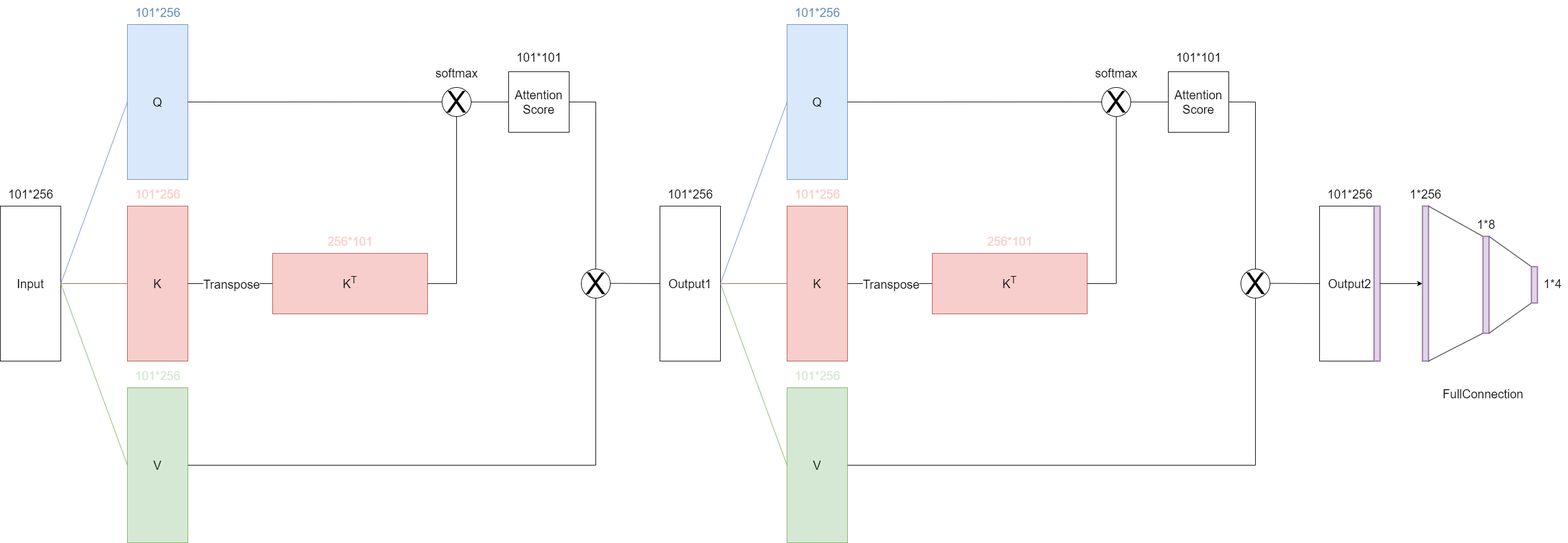
Above: attention.drawio.png in Purer-lyk/network_pic (draw.io), before the change. Source tidied: cells renumbered, new cells last; positions are measured from the earlier drawing's top-left corner, leaving out a move shared by most shapes.
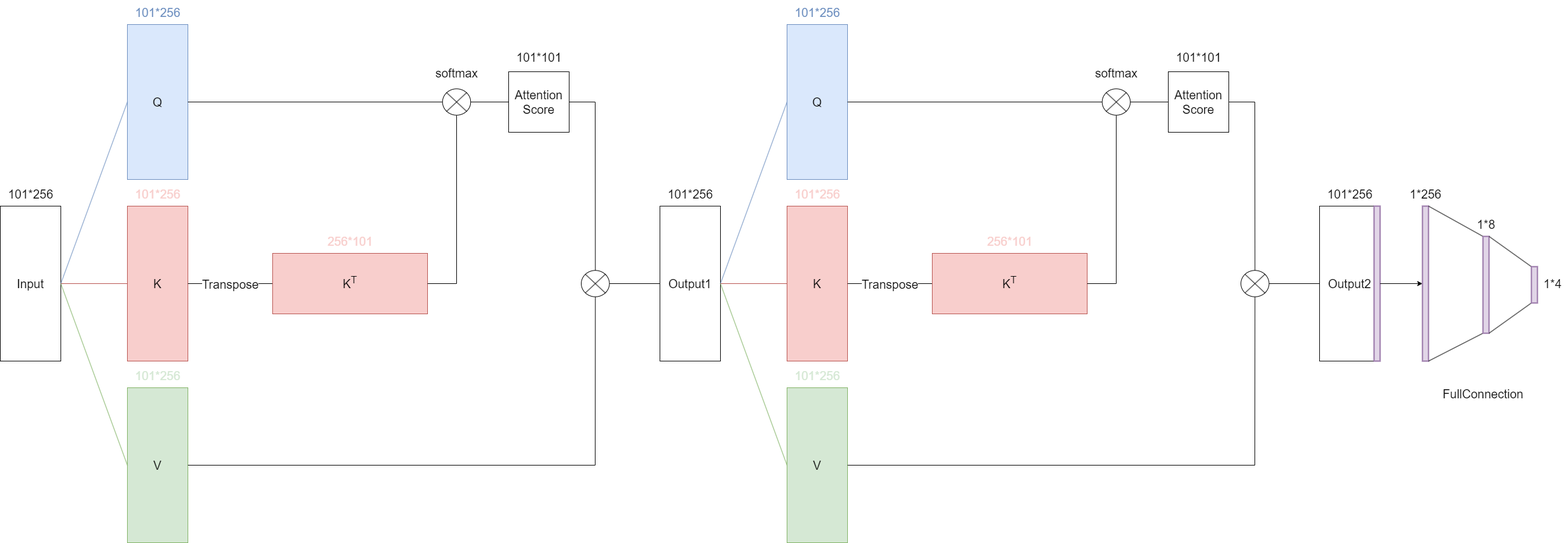
The same file after the commit.

Change to the diagram source:
```diff
@@ -35,7 +35,7 @@
     <mxCell id="12" value="&lt;font color=&quot;#d5e8d4&quot; style=&quot;font-size: 20px;&quot;&gt;101*256&lt;/font&gt;" style="text;html=1;align=center;verticalAlign=middle;strokeColor=none;fillColor=none;" parent="1" vertex="1">
       <mxGeometry x="210" y="600" width="100" height="40" as="geometry" />
     </mxCell>
-    <mxCell id="13" style="endArrow=none;html=1;rounded=0;exitX=1;exitY=0.5;exitDx=0;exitDy=0;entryX=0;entryY=0.5;entryDx=0;entryDy=0;" parent="1" edge="1" source="20" target="21">
+    <mxCell id="13" style="endArrow=none;html=1;rounded=0;entryX=0;entryY=0.5;entryDx=0;entryDy=0;exitX=1;exitY=0.5;exitDx=0;exitDy=0;exitPerimeter=0;" parent="1" edge="1" source="69" target="21">
       <mxGeometry relative="1" as="geometry" />
     </mxCell>
     <mxCell id="14" style="endArrow=none;html=1;rounded=0;exitX=1;exitY=0.5;exitDx=0;exitDy=0;" parent="1" edge="1" source="4">
@@ -54,57 +54,50 @@
     <mxCell id="17" value="&lt;font color=&quot;#f8cecc&quot; style=&quot;font-size: 20px;&quot;&gt;256*101&lt;/font&gt;" style="text;html=1;align=center;verticalAlign=middle;strokeColor=none;fillColor=none;" parent="1" vertex="1">
       <mxGeometry x="528" y="378" width="100" height="40" as="geometry" />
     </mxCell>
-    <mxCell id="18" style="endArrow=none;html=1;rounded=0;exitX=0.5;exitY=0;exitDx=0;exitDy=0;entryX=0.5;entryY=1;entryDx=0;entryDy=0;" parent="1" edge="1" source="16" target="20">
+    <mxCell id="18" style="endArrow=none;html=1;rounded=0;exitX=0.5;exitY=0;exitDx=0;exitDy=0;" parent="1" edge="1" source="16">
       <mxGeometry relative="1" as="geometry">
+        <mxPoint x="754" y="190" as="targetPoint" />
         <Array as="points">
           <mxPoint x="754" y="468" />
         </Array>
       </mxGeometry>
     </mxCell>
-    <mxCell id="19" style="endArrow=none;html=1;rounded=0;exitX=1;exitY=0.5;exitDx=0;exitDy=0;" parent="1" edge="1" source="3" target="20">
+    <mxCell id="19" style="endArrow=none;html=1;rounded=0;exitX=1;exitY=0.5;exitDx=0;exitDy=0;entryX=0;entryY=0.5;entryDx=0;entryDy=0;entryPerimeter=0;" parent="1" edge="1" source="3" target="69">
       <mxGeometry relative="1" as="geometry" />
     </mxCell>
-    <mxCell id="20" value="&lt;font style=&quot;font-size: 50px;&quot;&gt;X&lt;/font&gt;" style="ellipse;whiteSpace=wrap;html=1;" parent="1" vertex="1">
-      <mxGeometry x="730" y="144" width="48" height="48" as="geometry" />
-    </mxCell>
     <mxCell id="21" value="&lt;font style=&quot;font-size: 20px;&quot;&gt;Attention&lt;/font&gt;&lt;div style=&quot;font-size: 20px;&quot;&gt;&lt;font style=&quot;font-size: 20px;&quot;&gt;Score&lt;/font&gt;&lt;/div&gt;" style="rounded=0;whiteSpace=wrap;html=1;" parent="1" vertex="1">
       <mxGeometry x="840" y="118" width="100" height="100" as="geometry" />
     </mxCell>
-    <mxCell id="22" style="endArrow=none;html=1;rounded=0;exitX=1;exitY=0.5;exitDx=0;exitDy=0;entryX=0.5;entryY=1;entryDx=0;entryDy=0;" parent="1" edge="1" source="5" target="26">
+    <mxCell id="22" style="endArrow=none;html=1;rounded=0;exitX=1;exitY=0.5;exitDx=0;exitDy=0;entryX=0.5;entryY=1;entryDx=0;entryDy=0;entryPerimeter=0;" parent="1" edge="1" source="5" target="70">
       <mxGeometry relative="1" as="geometry">
         <Array as="points">
-          <mxPoint x="984" y="768" />
+          <mxPoint x="983" y="768" />
         </Array>
       </mxGeometry>
     </mxCell>
     <mxCell id="23" value="&lt;font style=&quot;font-size: 20px;&quot;&gt;101*101&lt;/font&gt;" style="text;html=1;align=center;verticalAlign=middle;strokeColor=none;fillColor=none;" parent="1" vertex="1">
       <mxGeometry x="840" y="74" width="100" height="40" as="geometry" />
     </mxCell>
-    <mxCell id="24" style="endArrow=none;html=1;rounded=0;exitX=1;exitY=0.5;exitDx=0;exitDy=0;entryX=0.5;entryY=0;entryDx=0;entryDy=0;" parent="1" edge="1" source="21" target="26">
+    <mxCell id="24" style="endArrow=none;html=1;rounded=0;exitX=1;exitY=0.5;exitDx=0;exitDy=0;entryX=0.5;entryY=0;entryDx=0;entryDy=0;entryPerimeter=0;" parent="1" edge="1" source="21" target="70">
       <mxGeometry relative="1" as="geometry">
         <Array as="points">
-          <mxPoint x="984" y="168" />
+          <mxPoint x="983" y="168" />
         </Array>
       </mxGeometry>
     </mxCell>
-    <mxCell id="25" style="endArrow=none;html=1;rounded=0;" parent="1" edge="1">
+    <mxCell id="25" style="endArrow=none;html=1;rounded=0;exitX=1;exitY=0.5;exitDx=0;exitDy=0;exitPerimeter=0;" parent="1" edge="1" source="70">
       <mxGeometry relative="1" as="geometry">
-        <mxPoint x="1008" y="467.6" as="sourcePoint" />
         <mxPoint x="1090" y="468" as="targetPoint" />
       </mxGeometry>
     </mxCell>
-    <mxCell id="26" value="&lt;font style=&quot;font-size: 50px;&quot;&gt;X&lt;/font&gt;" style="ellipse;whiteSpace=wrap;html=1;" parent="1" vertex="1">
-      <mxGeometry x="960" y="444" width="48" height="48" as="geometry" />
-    </mxCell>
     <mxCell id="27" value="&lt;font style=&quot;font-size: 20px;&quot;&gt;Output1&lt;/font&gt;" style="rounded=0;whiteSpace=wrap;html=1;" parent="1" vertex="1">
       <mxGeometry x="1090" y="340" width="100" height="256" as="geometry" />
     </mxCell>
     <mxCell id="28" value="&lt;span style=&quot;font-size: 20px;&quot;&gt;101*256&lt;/span&gt;" style="text;html=1;align=center;verticalAlign=middle;strokeColor=none;fillColor=none;" parent="1" vertex="1">
       <mxGeometry x="1090" y="300" width="100" height="40" as="geometry" />
     </mxCell>
-    <mxCell id="29" style="endArrow=none;html=1;rounded=0;" parent="1" edge="1">
+    <mxCell id="29" style="endArrow=none;html=1;rounded=0;exitX=1;exitY=0.5;exitDx=0;exitDy=0;exitPerimeter=0;" parent="1" edge="1" source="81">
       <mxGeometry relative="1" as="geometry">
-        <mxPoint x="2098" y="467.6" as="sourcePoint" />
         <mxPoint x="2180" y="468" as="targetPoint" />
       </mxGeometry>
     </mxCell>
@@ -128,97 +121,24 @@
     <mxCell id="35" style="rounded=0;whiteSpace=wrap;html=1;strokeWidth=2;fillColor=#e1d5e7;strokeColor=#9673a6;" parent="1" vertex="1">
       <mxGeometry x="2350" y="340" width="10" height="256" as="geometry" />
     </mxCell>
-    <mxCell id="36" value="&lt;font style=&quot;font-size: 20px;&quot;&gt;Q&lt;/font&gt;" style="rounded=0;whiteSpace=wrap;html=1;fillColor=#dae8fc;strokeColor=#6c8ebf;" parent="1" vertex="1">
-      <mxGeometry x="1300" y="40" width="100" height="256" as="geometry" />
-    </mxCell>
-    <mxCell id="37" value="&lt;font style=&quot;font-size: 20px;&quot;&gt;K&lt;/font&gt;" style="rounded=0;whiteSpace=wrap;html=1;fillColor=#F8CECC;strokeColor=#b85450;" parent="1" vertex="1">
-      <mxGeometry x="1300" y="340" width="100" height="256" as="geometry" />
-    </mxCell>
-    <mxCell id="38" value="&lt;font style=&quot;font-size: 20px;&quot;&gt;V&lt;/font&gt;" style="rounded=0;whiteSpace=wrap;html=1;fillColor=#D5E8D4;strokeColor=#82b366;" parent="1" vertex="1">
-      <mxGeometry x="1300" y="640" width="100" height="256" as="geometry" />
-    </mxCell>
-    <mxCell id="39" style="endArrow=none;html=1;rounded=0;exitX=1;exitY=0.5;exitDx=0;exitDy=0;entryX=0;entryY=0.5;entryDx=0;entryDy=0;fillColor=#dae8fc;strokeColor=#6c8ebf;" parent="1" edge="1" target="36">
+    <mxCell id="39" style="endArrow=none;html=1;rounded=0;exitX=1;exitY=0.5;exitDx=0;exitDy=0;entryX=0;entryY=0.5;entryDx=0;entryDy=0;fillColor=#dae8fc;strokeColor=#6c8ebf;" parent="1" edge="1">
       <mxGeometry relative="1" as="geometry">
         <mxPoint x="1190" y="468" as="sourcePoint" />
+        <mxPoint x="1300" y="168" as="targetPoint" />
       </mxGeometry>
     </mxCell>
-    <mxCell id="40" style="endArrow=none;html=1;rounded=0;exitX=1;exitY=0.5;exitDx=0;exitDy=0;fillColor=#f8cecc;strokeColor=#b85450;" parent="1" edge="1" target="37">
+    <mxCell id="40" style="endArrow=none;html=1;rounded=0;exitX=1;exitY=0.5;exitDx=0;exitDy=0;fillColor=#f8cecc;strokeColor=#b85450;" parent="1" edge="1">
       <mxGeometry relative="1" as="geometry">
         <mxPoint x="1190" y="468" as="sourcePoint" />
+        <mxPoint x="1300" y="468" as="targetPoint" />
       </mxGeometry>
     </mxCell>
-    <mxCell id="41" style="endArrow=none;html=1;rounded=0;exitX=1;exitY=0.5;exitDx=0;exitDy=0;entryX=0;entryY=0.5;entryDx=0;entryDy=0;fillColor=#d5e8d4;strokeColor=#82b366;" parent="1" edge="1" target="38">
+    <mxCell id="41" style="endArrow=none;html=1;rounded=0;exitX=1;exitY=0.5;exitDx=0;exitDy=0;entryX=0;entryY=0.5;entryDx=0;entryDy=0;fillColor=#d5e8d4;strokeColor=#82b366;" parent="1" edge="1">
       <mxGeometry relative="1" as="geometry">
         <mxPoint x="1190" y="468" as="sourcePoint" />
+        <mxPoint x="1300" y="768" as="targetPoint" />
       </mxGeometry>
     </mxCell>
-    <mxCell id="42" value="&lt;span style=&quot;color: rgb(108, 142, 191); font-size: 20px;&quot;&gt;101*256&lt;/span&gt;" style="text;html=1;align=center;verticalAlign=middle;strokeColor=none;fillColor=none;" parent="1" vertex="1">
-      <mxGeometry x="1300" width="100" height="40" as="geometry" />
-    </mxCell>
-    <mxCell id="43" value="&lt;span style=&quot;color: rgb(248, 206, 204); font-size: 20px;&quot;&gt;101*256&lt;/span&gt;" style="text;html=1;align=center;verticalAlign=middle;strokeColor=none;fillColor=none;" parent="1" vertex="1">
-      <mxGeometry x="1300" y="300" width="100" height="40" as="geometry" />
-    </mxCell>
-    <mxCell id="44" value="&lt;span style=&quot;color: rgb(213, 232, 212); font-size: 20px;&quot;&gt;101*256&lt;/span&gt;" style="text;html=1;align=center;verticalAlign=middle;strokeColor=none;fillColor=none;" parent="1" vertex="1">
-      <mxGeometry x="1300" y="600" width="100" height="40" as="geometry" />
-    </mxCell>
-    <mxCell id="45" style="endArrow=none;html=1;rounded=0;exitX=1;exitY=0.5;exitDx=0;exitDy=0;entryX=0;entryY=0.5;entryDx=0;entryDy=0;" parent="1" edge="1" source="52" target="53">
-      <mxGeometry relative="1" as="geometry" />
-    </mxCell>
-    <mxCell id="46" style="endArrow=none;html=1;rounded=0;exitX=1;exitY=0.5;exitDx=0;exitDy=0;" parent="1" edge="1" source="37">
-      <mxGeometry relative="1" as="geometry">
-        <mxPoint x="1540" y="468" as="targetPoint" />
-      </mxGeometry>
-    </mxCell>
-    <mxCell id="47" value="&lt;font style=&quot;font-size: 20px;&quot;&gt;Transpose&lt;/font&gt;" style="edgeLabel;html=1;align=center;verticalAlign=middle;" parent="46" vertex="1">
-      <mxGeometry x="0.01" y="1" relative="1" as="geometry">
-        <mxPoint x="-1" y="1" as="offset" />
-      </mxGeometry>
-    </mxCell>
-    <mxCell id="48" value="&lt;font style=&quot;&quot;&gt;&lt;sup style=&quot;&quot;&gt;&lt;span style=&quot;font-size: 20px;&quot;&gt;K&lt;sup&gt;T&lt;/sup&gt;&lt;/span&gt;&lt;/sup&gt;&lt;/font&gt;" style="rounded=0;whiteSpace=wrap;html=1;fillColor=#F8CECC;strokeColor=#b85450;direction=south;" parent="1" vertex="1">
-      <mxGeometry x="1540" y="418" width="256" height="100" as="geometry" />
-    </mxCell>
-    <mxCell id="49" value="&lt;span style=&quot;color: rgb(248, 206, 204); font-size: 20px;&quot;&gt;256*101&lt;/span&gt;" style="text;html=1;align=center;verticalAlign=middle;strokeColor=none;fillColor=none;" parent="1" vertex="1">
-      <mxGeometry x="1618" y="378" width="100" height="40" as="geometry" />
-    </mxCell>
-    <mxCell id="50" style="endArrow=none;html=1;rounded=0;exitX=0.5;exitY=0;exitDx=0;exitDy=0;entryX=0.5;entryY=1;entryDx=0;entryDy=0;" parent="1" edge="1" source="48" target="52">
-      <mxGeometry relative="1" as="geometry">
-        <Array as="points">
-          <mxPoint x="1844" y="468" />
-        </Array>
-      </mxGeometry>
-    </mxCell>
-    <mxCell id="51" style="endArrow=none;html=1;rounded=0;exitX=1;exitY=0.5;exitDx=0;exitDy=0;" parent="1" edge="1" source="36" target="52">
-      <mxGeometry relative="1" as="geometry" />
-    </mxCell>
-    <mxCell id="52" value="&lt;font style=&quot;font-size: 50px;&quot;&gt;X&lt;/font&gt;" style="ellipse;whiteSpace=wrap;html=1;" parent="1" vertex="1">
-      <mxGeometry x="1820" y="144" width="48" height="48" as="geometry" />
-    </mxCell>
-    <mxCell id="53" value="&lt;font style=&quot;font-size: 20px;&quot;&gt;Attention&lt;/font&gt;&lt;div style=&quot;font-size: 20px;&quot;&gt;&lt;font style=&quot;font-size: 20px;&quot;&gt;Score&lt;/font&gt;&lt;/div&gt;" style="rounded=0;whiteSpace=wrap;html=1;" parent="1" vertex="1">
-      <mxGeometry x="1930" y="118" width="100" height="100" as="geometry" />
-    </mxCell>
-    <mxCell id="54" style="endArrow=none;html=1;rounded=0;exitX=1;exitY=0.5;exitDx=0;exitDy=0;entryX=0.5;entryY=1;entryDx=0;entryDy=0;" parent="1" edge="1" source="38" target="57">
-      <mxGeometry relative="1" as="geometry">
-        <Array as="points">
-          <mxPoint x="2074" y="768" />
-        </Array>
-      </mxGeometry>
-    </mxCell>
-    <mxCell id="55" value="&lt;span style=&quot;font-size: 20px;&quot;&gt;101*101&lt;/span&gt;" style="text;html=1;align=center;verticalAlign=middle;strokeColor=none;fillColor=none;" parent="1" vertex="1">
-      <mxGeometry x="1930" y="74" width="100" height="40" as="geometry" />
-    </mxCell>
-    <mxCell id="56" style="endArrow=none;html=1;rounded=0;exitX=1;exitY=0.5;exitDx=0;exitDy=0;entryX=0.5;entryY=0;entryDx=0;entryDy=0;" parent="1" edge="1" source="53" target="57">
-      <mxGeometry relative="1" as="geometry">
-        <Array as="points">
-          <mxPoint x="2074" y="168" />
-        </Array>
-      </mxGeometry>
-    </mxCell>
-    <mxCell id="57" value="&lt;font style=&quot;font-size: 50px;&quot;&gt;X&lt;/font&gt;" style="ellipse;whiteSpace=wrap;html=1;" parent="1" vertex="1">
-      <mxGeometry x="2050" y="444" width="48" height="48" as="geometry" />
-    </mxCell>
-    <mxCell id="58" value="&lt;font style=&quot;font-size: 20px;&quot;&gt;softmax&lt;/font&gt;" style="text;html=1;align=center;verticalAlign=middle;strokeColor=none;fillColor=none;" parent="1" vertex="1">
-      <mxGeometry x="1799" y="100" width="90" height="40" as="geometry" />
-    </mxCell>
     <mxCell id="59" value="&lt;font style=&quot;font-size: 20px;&quot;&gt;1*256&lt;/font&gt;" style="text;html=1;align=center;verticalAlign=middle;strokeColor=none;fillColor=none;" parent="1" vertex="1">
       <mxGeometry x="2315" y="300" width="80" height="40" as="geometry" />
     </mxCell>
@@ -257,5 +177,88 @@
     <mxCell id="68" value="&lt;font style=&quot;font-size: 20px;&quot;&gt;FullConnection&lt;/font&gt;" style="text;html=1;align=center;verticalAlign=middle;strokeColor=none;fillColor=none;" parent="1" vertex="1">
       <mxGeometry x="2370" y="630" width="160" height="40" as="geometry" />
     </mxCell>
+    <mxCell id="69" style="verticalLabelPosition=bottom;verticalAlign=top;html=1;shape=mxgraph.flowchart.or;" parent="1" vertex="1">
+      <mxGeometry x="730.8" y="146.2" width="46.5" height="43.5" as="geometry" />
+    </mxCell>
+    <mxCell id="70" style="verticalLabelPosition=bottom;verticalAlign=top;html=1;shape=mxgraph.flowchart.or;" parent="1" vertex="1">
+      <mxGeometry x="960" y="446.2" width="46.5" height="43.5" as="geometry" />
+    </mxCell>
+    <mxCell id="36" value="&lt;font style=&quot;font-size: 20px;&quot;&gt;Q&lt;/font&gt;" style="rounded=0;whiteSpace=wrap;html=1;fillColor=#dae8fc;strokeColor=#6c8ebf;" parent="1" vertex="1">
+      <mxGeometry x="1300" y="40" width="100" height="256" as="geometry" />
+    </mxCell>
+    <mxCell id="37" value="&lt;font style=&quot;font-size: 20px;&quot;&gt;K&lt;/font&gt;" style="rounded=0;whiteSpace=wrap;html=1;fillColor=#F8CECC;strokeColor=#b85450;" parent="1" vertex="1">
+      <mxGeometry x="1300" y="340" width="100" height="256" as="geometry" />
+    </mxCell>
+    <mxCell id="38" value="&lt;font style=&quot;font-size: 20px;&quot;&gt;V&lt;/font&gt;" style="rounded=0;whiteSpace=wrap;html=1;fillColor=#D5E8D4;strokeColor=#82b366;" parent="1" vertex="1">
+      <mxGeometry x="1300" y="640" width="100" height="256" as="geometry" />
+    </mxCell>
+    <mxCell id="71" value="&lt;font color=&quot;#6c8ebf&quot; style=&quot;font-size: 20px;&quot;&gt;101*256&lt;/font&gt;" style="text;html=1;align=center;verticalAlign=middle;strokeColor=none;fillColor=none;" parent="1" vertex="1">
+      <mxGeometry x="1300" width="100" height="40" as="geometry" />
+    </mxCell>
+    <mxCell id="72" value="&lt;font color=&quot;#f8cecc&quot; style=&quot;font-size: 20px;&quot;&gt;101*256&lt;/font&gt;" style="text;html=1;align=center;verticalAlign=middle;strokeColor=none;fillColor=none;" parent="1" vertex="1">
+      <mxGeometry x="1300" y="300" width="100" height="40" as="geometry" />
+    </mxCell>
+    <mxCell id="73" value="&lt;font color=&quot;#d5e8d4&quot; style=&quot;font-size: 20px;&quot;&gt;101*256&lt;/font&gt;" style="text;html=1;align=center;verticalAlign=middle;strokeColor=none;fillColor=none;" parent="1" vertex="1">
+      <mxGeometry x="1300" y="600" width="100" height="40" as="geometry" />
+    </mxCell>
+    <mxCell id="74" style="endArrow=none;html=1;rounded=0;entryX=0;entryY=0.5;entryDx=0;entryDy=0;exitX=1;exitY=0.5;exitDx=0;exitDy=0;exitPerimeter=0;" parent="1" edge="1" source="80" target="53">
+      <mxGeometry relative="1" as="geometry" />
+    </mxCell>
+    <mxCell id="75" style="endArrow=none;html=1;rounded=0;exitX=1;exitY=0.5;exitDx=0;exitDy=0;" parent="1" edge="1" source="37">
+      <mxGeometry relative="1" as="geometry">
+        <mxPoint x="1540" y="468" as="targetPoint" />
+      </mxGeometry>
+    </mxCell>
+    <mxCell id="47" value="&lt;font style=&quot;font-size: 20px;&quot;&gt;Transpose&lt;/font&gt;" style="edgeLabel;html=1;align=center;verticalAlign=middle;" parent="75" vertex="1">
+      <mxGeometry x="0.01" y="1" relative="1" as="geometry">
+        <mxPoint x="-1" y="1" as="offset" />
+      </mxGeometry>
+    </mxCell>
+    <mxCell id="48" value="&lt;font style=&quot;&quot;&gt;&lt;sup style=&quot;&quot;&gt;&lt;span style=&quot;font-size: 20px;&quot;&gt;K&lt;sup&gt;T&lt;/sup&gt;&lt;/span&gt;&lt;/sup&gt;&lt;/font&gt;" style="rounded=0;whiteSpace=wrap;html=1;fillColor=#F8CECC;strokeColor=#b85450;direction=south;" parent="1" vertex="1">
+      <mxGeometry x="1540" y="418" width="256" height="100" as="geometry" />
+    </mxCell>
+    <mxCell id="49" value="&lt;font color=&quot;#f8cecc&quot; style=&quot;font-size: 20px;&quot;&gt;256*101&lt;/font&gt;" style="text;html=1;align=center;verticalAlign=middle;strokeColor=none;fillColor=none;" parent="1" vertex="1">
+      <mxGeometry x="1618" y="378" width="100" height="40" as="geometry" />
+    </mxCell>
+    <mxCell id="76" style="endArrow=none;html=1;rounded=0;exitX=0.5;exitY=0;exitDx=0;exitDy=0;" parent="1" edge="1" source="48">
+      <mxGeometry relative="1" as="geometry">
+        <mxPoint x="1844" y="190" as="targetPoint" />
+        <Array as="points">
+          <mxPoint x="1844" y="468" />
+        </Array>
+      </mxGeometry>
+    </mxCell>
+    <mxCell id="77" style="endArrow=none;html=1;rounded=0;exitX=1;exitY=0.5;exitDx=0;exitDy=0;entryX=0;entryY=0.5;entryDx=0;entryDy=0;entryPerimeter=0;" parent="1" edge="1" source="36" target="80">
+      <mxGeometry relative="1" as="geometry" />
+    </mxCell>
+    <mxCell id="53" value="&lt;font style=&quot;font-size: 20px;&quot;&gt;Attention&lt;/font&gt;&lt;div style=&quot;font-size: 20px;&quot;&gt;&lt;font style=&quot;font-size: 20px;&quot;&gt;Score&lt;/font&gt;&lt;/div&gt;" style="rounded=0;whiteSpace=wrap;html=1;" parent="1" vertex="1">
+      <mxGeometry x="1930" y="118" width="100" height="100" as="geometry" />
+    </mxCell>
+    <mxCell id="78" style="endArrow=none;html=1;rounded=0;exitX=1;exitY=0.5;exitDx=0;exitDy=0;entryX=0.5;entryY=1;entryDx=0;entryDy=0;entryPerimeter=0;" parent="1" edge="1" source="38" target="81">
+      <mxGeometry relative="1" as="geometry">
+        <Array as="points">
+          <mxPoint x="2073" y="768" />
+        </Array>
+      </mxGeometry>
+    </mxCell>
+    <mxCell id="55" value="&lt;font style=&quot;font-size: 20px;&quot;&gt;101*101&lt;/font&gt;" style="text;html=1;align=center;verticalAlign=middle;strokeColor=none;fillColor=none;" parent="1" vertex="1">
+      <mxGeometry x="1930" y="74" width="100" height="40" as="geometry" />
+    </mxCell>
+    <mxCell id="79" style="endArrow=none;html=1;rounded=0;exitX=1;exitY=0.5;exitDx=0;exitDy=0;entryX=0.5;entryY=0;entryDx=0;entryDy=0;entryPerimeter=0;" parent="1" edge="1" source="53" target="81">
+      <mxGeometry relative="1" as="geometry">
+        <Array as="points">
+          <mxPoint x="2073" y="168" />
+        </Array>
+      </mxGeometry>
+    </mxCell>
+    <mxCell id="58" value="&lt;font style=&quot;font-size: 20px;&quot;&gt;softmax&lt;/font&gt;" style="text;html=1;align=center;verticalAlign=middle;strokeColor=none;fillColor=none;" parent="1" vertex="1">
+      <mxGeometry x="1799" y="100" width="90" height="40" as="geometry" />
+    </mxCell>
+    <mxCell id="80" style="verticalLabelPosition=bottom;verticalAlign=top;html=1;shape=mxgraph.flowchart.or;" parent="1" vertex="1">
+      <mxGeometry x="1820.8" y="146.2" width="46.5" height="43.5" as="geometry" />
+    </mxCell>
+    <mxCell id="81" style="verticalLabelPosition=bottom;verticalAlign=top;html=1;shape=mxgraph.flowchart.or;" parent="1" vertex="1">
+      <mxGeometry x="2050" y="446.2" width="46.5" height="43.5" as="geometry" />
+    </mxCell>
   </root>
 </mxGraphModel>
```
